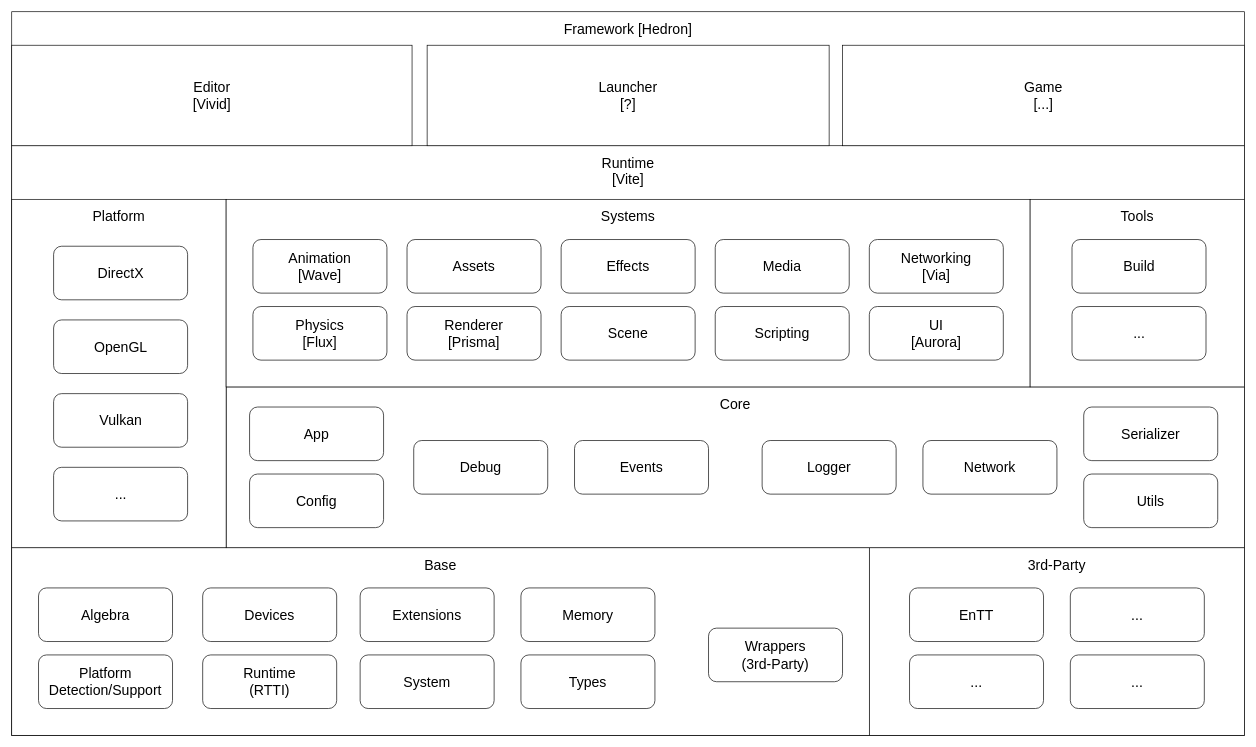
dodecai/hedron keeps this draw.io diagram as Guide/Concept/Architecture.drawio. Above is the earlier version. Source tidied: cells renumbered, new cells numbered last; positions are measured from the earlier drawing's top-left corner, leaving out a move shared by most shapes. Both pictures are drawn from the tidied source at 67%, with x=0, y=0 at pixel (11, 11).
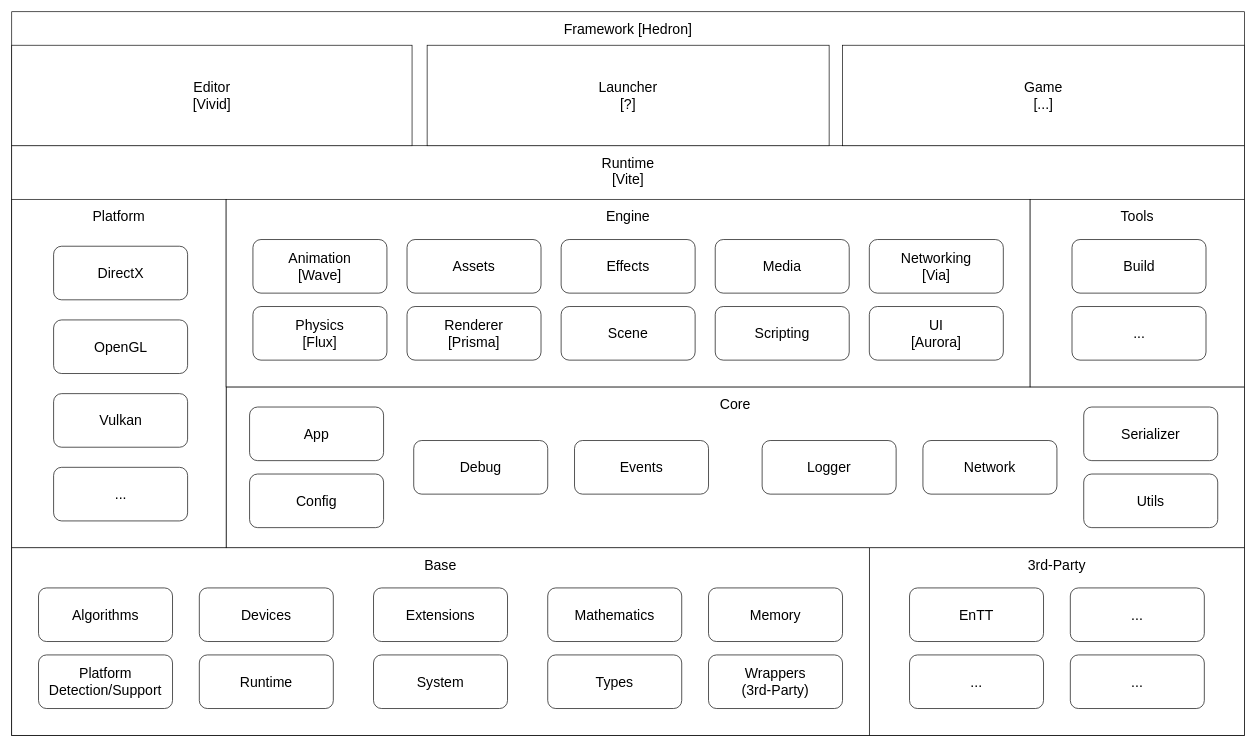
The same page after the edit.

Change to the diagram source:
```diff
@@
     <mxCell id="7" value="Wrappers&lt;br&gt;(3rd-Party)" style="rounded=1;whiteSpace=wrap;html=1;spacing=8;fontSize=21;horizontal=1;verticalAlign=middle;fillColor=default;" parent="1" vertex="1">
-      <mxGeometry x="1040" y="920" width="200" height="80" as="geometry" />
+      <mxGeometry x="1040" y="960" width="200" height="80" as="geometry" />
     </mxCell>
-    <mxCell id="8" value="Algebra" style="rounded=1;whiteSpace=wrap;html=1;spacing=8;fontSize=21;horizontal=1;verticalAlign=middle;fillColor=default;" parent="1" vertex="1">
+    <mxCell id="8" value="Algorithms" style="rounded=1;whiteSpace=wrap;html=1;spacing=8;fontSize=21;horizontal=1;verticalAlign=middle;fillColor=default;" parent="1" vertex="1">
       <mxGeometry x="40" y="860" width="200" height="80" as="geometry" />
     </mxCell>
@@
     <mxCell id="11" value="System" style="rounded=1;whiteSpace=wrap;html=1;spacing=8;fontSize=21;horizontal=1;verticalAlign=middle;fillColor=default;" parent="1" vertex="1">
-      <mxGeometry x="520" y="960" width="200" height="80" as="geometry" />
+      <mxGeometry x="540" y="960" width="200" height="80" as="geometry" />
     </mxCell>
@@
-    <mxCell id="16" value="Systems" style="rounded=0;whiteSpace=wrap;html=1;spacing=8;fontSize=21;horizontal=1;verticalAlign=top;fillColor=default;" parent="1" vertex="1">
+    <mxCell id="16" value="Engine&lt;br&gt;" style="rounded=0;whiteSpace=wrap;html=1;spacing=8;fontSize=21;horizontal=1;verticalAlign=top;fillColor=default;" parent="1" vertex="1">
       <mxGeometry x="320" y="280" width="1200" height="280" as="geometry" />
     </mxCell>
@@
     <mxCell id="28" value="Devices" style="rounded=1;whiteSpace=wrap;html=1;spacing=8;fontSize=21;horizontal=1;verticalAlign=middle;fillColor=default;" parent="1" vertex="1">
-      <mxGeometry x="285" y="860" width="200" height="80" as="geometry" />
+      <mxGeometry x="280" y="860" width="200" height="80" as="geometry" />
     </mxCell>
     <mxCell id="29" value="Extensions" style="rounded=1;whiteSpace=wrap;html=1;spacing=8;fontSize=21;horizontal=1;verticalAlign=middle;fillColor=default;" parent="1" vertex="1">
-      <mxGeometry x="520" y="860" width="200" height="80" as="geometry" />
+      <mxGeometry x="540" y="860" width="200" height="80" as="geometry" />
     </mxCell>
     <mxCell id="30" value="Memory" style="rounded=1;whiteSpace=wrap;html=1;spacing=8;fontSize=21;horizontal=1;verticalAlign=middle;fillColor=default;" parent="1" vertex="1">
-      <mxGeometry x="760" y="860" width="200" height="80" as="geometry" />
+      <mxGeometry x="1040" y="860" width="200" height="80" as="geometry" />
     </mxCell>
@@
-    <mxCell id="32" value="Runtime&lt;br&gt;(RTTI)" style="rounded=1;whiteSpace=wrap;html=1;spacing=8;fontSize=21;horizontal=1;verticalAlign=middle;fillColor=default;" parent="1" vertex="1">
-      <mxGeometry x="285" y="960" width="200" height="80" as="geometry" />
+    <mxCell id="32" value="Runtime" style="rounded=1;whiteSpace=wrap;html=1;spacing=8;fontSize=21;horizontal=1;verticalAlign=middle;fillColor=default;" parent="1" vertex="1">
+      <mxGeometry x="280" y="960" width="200" height="80" as="geometry" />
     </mxCell>
     <mxCell id="33" value="Types" style="rounded=1;whiteSpace=wrap;html=1;spacing=8;fontSize=21;horizontal=1;verticalAlign=middle;fillColor=default;" parent="1" vertex="1">
-      <mxGeometry x="760" y="960" width="200" height="80" as="geometry" />
+      <mxGeometry x="800" y="960" width="200" height="80" as="geometry" />
     </mxCell>
@@
+    <mxCell id="50" value="Mathematics" style="rounded=1;whiteSpace=wrap;html=1;spacing=8;fontSize=21;horizontal=1;verticalAlign=middle;fillColor=default;" parent="1" vertex="1">
+      <mxGeometry x="800" y="860" width="200" height="80" as="geometry" />
+    </mxCell>
```
